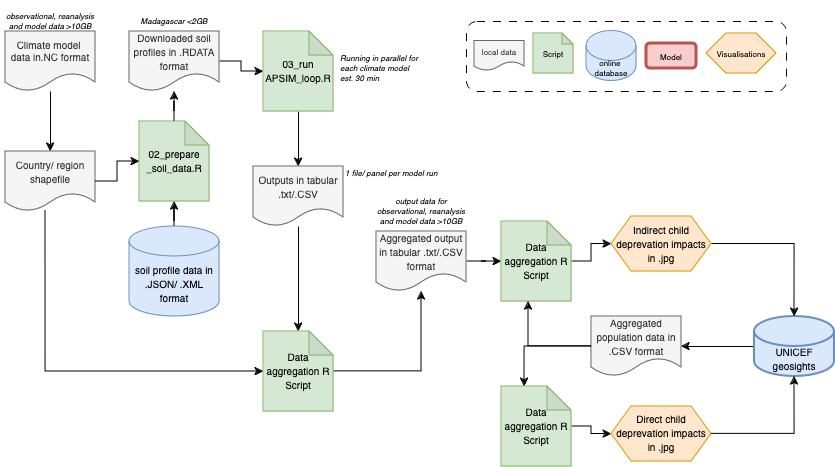
Thalheimerl/WT_Climate_mentalhealth keeps this draw.io diagram as Data_plan_CCAI24.drawio.png. Above is the earlier version. Source tidied: cells renumbered, new cells last; positions are measured from the earlier drawing's top-left corner, leaving out a move shared by most shapes.
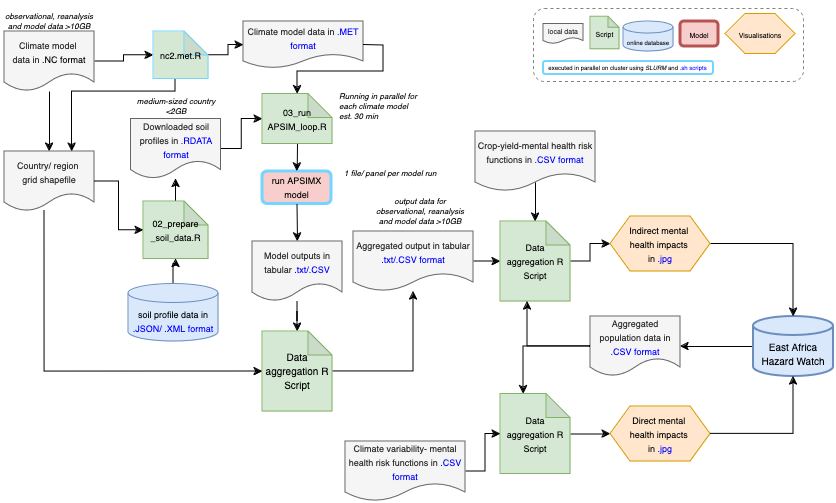
The same diagram one commit later.

Diff of the diagram source:
```diff
@@ -7,18 +7,21 @@
     </mxCell>
+    <mxCell id="45" style="edgeStyle=orthogonalEdgeStyle;rounded=0;jettySize=auto;html=1;" parent="1" edge="1" source="3" target="61">
+      <mxGeometry relative="1" as="geometry" />
+    </mxCell>
-    <mxCell id="3" value="&lt;div style=&quot;font-size: 10px;&quot;&gt;&lt;font style=&quot;font-size: 10px;&quot;&gt;Climate model&amp;nbsp;&lt;/font&gt;&lt;/div&gt;&lt;div style=&quot;font-size: 10px;&quot;&gt;&lt;font style=&quot;font-size: 10px;&quot;&gt;&lt;font style=&quot;font-size: 10px;&quot;&gt;data in.NC format&lt;/font&gt;&lt;font style=&quot;font-size: 10px;&quot;&gt;&lt;br&gt;&lt;/font&gt;&lt;/font&gt;&lt;/div&gt;" style="shape=document;whiteSpace=wrap;html=1;boundedLbl=1;fillColor=#f5f5f5;fontColor=#333333;strokeColor=#666666;" parent="1" vertex="1">
+    <mxCell id="3" value="&lt;div&gt;&lt;font style=&quot;font-size: 9px;&quot;&gt;Climate model&amp;nbsp;&lt;/font&gt;&lt;/div&gt;&lt;div&gt;&lt;font style=&quot;font-size: 9px;&quot;&gt;&lt;font&gt;data in &lt;span style=&quot;color: light-dark(rgb(0, 0, 255), rgb(237, 237, 237));&quot;&gt;&lt;span style=&quot;color: rgb(0, 0, 255);&quot;&gt;&lt;span style=&quot;color: light-dark(rgb(0, 0, 0), rgb(237, 237, 237));&quot;&gt;.NC format&lt;/span&gt;&lt;/span&gt;&lt;/span&gt;&lt;/font&gt;&lt;font style=&quot;color: rgba(0, 0, 0, 0);&quot;&gt;&lt;br&gt;&lt;/font&gt;&lt;/font&gt;&lt;/div&gt;" style="shape=document;whiteSpace=wrap;html=1;boundedLbl=1;fillColor=#f5f5f5;fontColor=#333333;strokeColor=#666666;" parent="1" vertex="1">
       <mxGeometry x="5" y="20" width="90" height="60" as="geometry" />
     </mxCell>
-    <mxCell id="4" value="&lt;div style=&quot;font-size: 8px;&quot;&gt;&lt;font style=&quot;font-size: 8px;&quot;&gt;online&amp;nbsp;&lt;/font&gt;&lt;/div&gt;&lt;div style=&quot;font-size: 8px;&quot;&gt;&lt;font style=&quot;font-size: 8px;&quot;&gt;database&lt;/font&gt;&lt;/div&gt;" style="shape=cylinder3;whiteSpace=wrap;html=1;boundedLbl=1;backgroundOutline=1;size=15;fillColor=#dae8fc;strokeColor=#6c8ebf;" parent="1" vertex="1">
-      <mxGeometry x="586" y="19.5" width="50" height="50" as="geometry" />
+    <mxCell id="4" value="&lt;div&gt;&lt;font style=&quot;font-size: 6px;&quot;&gt;online database&lt;/font&gt;&lt;/div&gt;" style="shape=cylinder3;whiteSpace=wrap;html=1;boundedLbl=1;backgroundOutline=1;size=6.051724137931103;fillColor=#dae8fc;strokeColor=#6c8ebf;" parent="1" vertex="1">
+      <mxGeometry x="624" y="10" width="50" height="30" as="geometry" />
     </mxCell>
-    <mxCell id="5" value="&lt;font style=&quot;font-size: 8px;&quot;&gt;Visualisations&lt;/font&gt;" style="shape=hexagon;perimeter=hexagonPerimeter2;whiteSpace=wrap;html=1;fixedSize=1;fillColor=#ffe6cc;strokeColor=#d79b00;" parent="1" vertex="1">
-      <mxGeometry x="706" y="22" width="70" height="40" as="geometry" />
+    <mxCell id="5" value="&lt;font style=&quot;font-size: 7px;&quot;&gt;Visualisations&lt;/font&gt;" style="shape=hexagon;perimeter=hexagonPerimeter2;whiteSpace=wrap;html=1;fixedSize=1;fillColor=#ffe6cc;strokeColor=#d79b00;" parent="1" vertex="1">
+      <mxGeometry x="726" y="2.5" width="70" height="40" as="geometry" />
     </mxCell>
-    <mxCell id="6" value="&lt;font style=&quot;font-size: 8px;&quot;&gt;local data&lt;/font&gt;" style="shape=document;whiteSpace=wrap;html=1;boundedLbl=1;fillColor=#f5f5f5;fontColor=#333333;strokeColor=#666666;" parent="1" vertex="1">
-      <mxGeometry x="474" y="29.5" width="50" height="30" as="geometry" />
+    <mxCell id="6" value="&lt;font style=&quot;font-size: 7px;&quot;&gt;local data&lt;/font&gt;" style="shape=document;whiteSpace=wrap;html=1;boundedLbl=1;fillColor=#f5f5f5;fontColor=#333333;strokeColor=#666666;" parent="1" vertex="1">
+      <mxGeometry x="544" y="12.5" width="40" height="20" as="geometry" />
     </mxCell>
-    <mxCell id="7" value="&lt;font style=&quot;font-size: 8px;&quot;&gt;Script&lt;/font&gt;" style="shape=note;whiteSpace=wrap;html=1;backgroundOutline=1;darkOpacity=0.05;size=11;fillColor=#d5e8d4;strokeColor=#82b366;" parent="1" vertex="1">
-      <mxGeometry x="533" y="22" width="40" height="40" as="geometry" />
+    <mxCell id="7" value="&lt;font style=&quot;font-size: 7px;&quot;&gt;Script&lt;/font&gt;" style="shape=note;whiteSpace=wrap;html=1;backgroundOutline=1;darkOpacity=0.05;size=11;fillColor=#d5e8d4;strokeColor=#82b366;" parent="1" vertex="1">
+      <mxGeometry x="591" y="5.2" width="29" height="32.5" as="geometry" />
     </mxCell>
-    <mxCell id="8" value="&lt;font style=&quot;font-size: 10px;&quot;&gt;Country/ region shapefile&lt;/font&gt;" style="shape=document;whiteSpace=wrap;html=1;boundedLbl=1;fillColor=#f5f5f5;fontColor=#333333;strokeColor=#666666;" parent="1" vertex="1">
+    <mxCell id="8" value="&lt;div&gt;&lt;font style=&quot;font-size: 9px;&quot;&gt;Country/ region&amp;nbsp;&lt;/font&gt;&lt;/div&gt;&lt;div&gt;&lt;font style=&quot;font-size: 9px;&quot;&gt;grid shapefile&lt;/font&gt;&lt;/div&gt;" style="shape=document;whiteSpace=wrap;html=1;boundedLbl=1;fillColor=#f5f5f5;fontColor=#333333;strokeColor=#666666;" parent="1" vertex="1">
       <mxGeometry x="5" y="140" width="90" height="60" as="geometry" />
@@ -28,4 +31,4 @@
     </mxCell>
-    <mxCell id="10" value="&lt;font style=&quot;font-size: 10px;&quot;&gt;Downloaded soil profiles in .RDATA format&lt;/font&gt;" style="shape=document;whiteSpace=wrap;html=1;boundedLbl=1;fillColor=#f5f5f5;fontColor=#333333;strokeColor=#666666;" parent="1" vertex="1">
-      <mxGeometry x="129" y="20" width="90" height="60" as="geometry" />
+    <mxCell id="10" value="&lt;font style=&quot;font-size: 9px;&quot;&gt;Downloaded soil profiles in &lt;span style=&quot;color: rgb(0, 0, 255);&quot;&gt;.RDATA format&lt;/span&gt;&lt;/font&gt;" style="shape=document;whiteSpace=wrap;html=1;boundedLbl=1;fillColor=#f5f5f5;fontColor=#333333;strokeColor=#666666;" parent="1" vertex="1">
+      <mxGeometry x="131.5" y="107.5" width="90" height="60" as="geometry" />
     </mxCell>
@@ -34,4 +37,4 @@
     </mxCell>
-    <mxCell id="12" value="&lt;font style=&quot;font-size: 10px;&quot;&gt;soil profile data in .JSON/ .XML format&lt;/font&gt;" style="shape=cylinder3;whiteSpace=wrap;html=1;boundedLbl=1;backgroundOutline=1;size=15;fillColor=#dae8fc;strokeColor=#6c8ebf;" parent="1" vertex="1">
-      <mxGeometry x="129" y="215" width="90" height="90" as="geometry" />
+    <mxCell id="12" value="&lt;font style=&quot;font-size: 9px;&quot;&gt;soil profile data in &lt;span style=&quot;color: rgb(0, 0, 255);&quot;&gt;.JSON/ .XML format&lt;/span&gt;&lt;/font&gt;" style="shape=cylinder3;whiteSpace=wrap;html=1;boundedLbl=1;backgroundOutline=1;size=9.500000000000057;fillColor=#dae8fc;strokeColor=#6c8ebf;" parent="1" vertex="1">
+      <mxGeometry x="129" y="272.5" width="90" height="57.5" as="geometry" />
     </mxCell>
@@ -40,10 +43,7 @@
     </mxCell>
-    <mxCell id="14" value="&lt;font style=&quot;font-size: 10px;&quot;&gt;02_&lt;/font&gt;&lt;font style=&quot;font-size: 10px;&quot;&gt;prepare _soil_data.R&lt;br&gt;&lt;/font&gt;" style="shape=note;whiteSpace=wrap;html=1;backgroundOutline=1;darkOpacity=0.05;size=24;fillColor=#d5e8d4;strokeColor=#82b366;" parent="1" vertex="1">
-      <mxGeometry x="139" y="110" width="70" height="80" as="geometry" />
+    <mxCell id="14" value="&lt;font style=&quot;font-size: 9px;&quot;&gt;02_&lt;font&gt;prepare _soil_data.R&lt;br&gt;&lt;/font&gt;&lt;/font&gt;" style="shape=note;whiteSpace=wrap;html=1;backgroundOutline=1;darkOpacity=0.05;size=24;fillColor=#d5e8d4;strokeColor=#82b366;" parent="1" vertex="1">
+      <mxGeometry x="144" y="190" width="65" height="57.5" as="geometry" />
     </mxCell>
-    <mxCell id="15" style="edgeStyle=orthogonalEdgeStyle;rounded=0;jettySize=auto;html=1;" parent="1" edge="1" source="16" target="20">
-      <mxGeometry relative="1" as="geometry" />
-    </mxCell>
-    <mxCell id="16" value="&lt;font style=&quot;font-size: 10px;&quot;&gt;03_&lt;/font&gt;&lt;font style=&quot;font-size: 10px;&quot;&gt;run APSIM_loop.R&lt;br&gt;&lt;/font&gt;" style="shape=note;whiteSpace=wrap;html=1;backgroundOutline=1;darkOpacity=0.05;size=24;fillColor=#d5e8d4;strokeColor=#82b366;" parent="1" vertex="1">
-      <mxGeometry x="263" y="20" width="70" height="80" as="geometry" />
+    <mxCell id="16" value="&lt;font style=&quot;font-size: 9px;&quot;&gt;03_&lt;font&gt;run APSIM_loop.R&lt;br&gt;&lt;/font&gt;&lt;/font&gt;" style="shape=note;whiteSpace=wrap;html=1;backgroundOutline=1;darkOpacity=0.05;size=24;fillColor=#d5e8d4;strokeColor=#82b366;" parent="1" vertex="1">
+      <mxGeometry x="263" y="82.5" width="70" height="50" as="geometry" />
     </mxCell>
@@ -52,4 +52,4 @@
     </mxCell>
-    <mxCell id="18" value="&lt;font style=&quot;font-size: 8px;&quot;&gt;Model&lt;/font&gt;" style="rounded=1;whiteSpace=wrap;html=1;fillColor=#f8cecc;strokeColor=#b85450;strokeWidth=3;" parent="1" vertex="1">
-      <mxGeometry x="646" y="32" width="50" height="25" as="geometry" />
+    <mxCell id="18" value="&lt;font style=&quot;font-size: 7px;&quot;&gt;Model&lt;/font&gt;" style="rounded=1;whiteSpace=wrap;html=1;fillColor=#f8cecc;strokeColor=#b85450;strokeWidth=3;" parent="1" vertex="1">
+      <mxGeometry x="681" y="10" width="38" height="25" as="geometry" />
     </mxCell>
@@ -58,4 +58,4 @@
     </mxCell>
-    <mxCell id="20" value="&lt;font style=&quot;font-size: 10px;&quot;&gt;Outputs in tabular .txt/.CSV&lt;br&gt;&lt;/font&gt;" style="shape=document;whiteSpace=wrap;html=1;boundedLbl=1;fillColor=#f5f5f5;fontColor=#333333;strokeColor=#666666;" parent="1" vertex="1">
-      <mxGeometry x="253" y="155" width="90" height="60" as="geometry" />
+    <mxCell id="20" value="&lt;font style=&quot;font-size: 9px;&quot;&gt;Model outputs in tabular &lt;span style=&quot;color: rgb(0, 0, 255);&quot;&gt;.txt/.CSV&lt;br&gt;&lt;/span&gt;&lt;/font&gt;" style="shape=document;whiteSpace=wrap;html=1;boundedLbl=1;fillColor=#f5f5f5;fontColor=#333333;strokeColor=#666666;" parent="1" vertex="1">
+      <mxGeometry x="253" y="230" width="90" height="60" as="geometry" />
     </mxCell>
@@ -70,3 +70,3 @@
     </mxCell>
-    <mxCell id="24" value="&lt;font style=&quot;font-size: 10px;&quot;&gt;UNICEF geosights&lt;br&gt;&lt;/font&gt;" style="shape=cylinder3;whiteSpace=wrap;html=1;boundedLbl=1;backgroundOutline=1;size=15;fillColor=#dae8fc;strokeColor=#6c8ebf;strokeWidth=2;" parent="1" vertex="1">
+    <mxCell id="24" value="&lt;font style=&quot;font-size: 10px;&quot;&gt;East Africa Hazard Watch&lt;br&gt;&lt;/font&gt;" style="shape=cylinder3;whiteSpace=wrap;html=1;boundedLbl=1;backgroundOutline=1;size=9.517241379310292;fillColor=#dae8fc;strokeColor=#6c8ebf;strokeWidth=2;" parent="1" vertex="1">
       <mxGeometry x="754" y="305" width="80" height="60" as="geometry" />
@@ -77,6 +77,11 @@
     <mxCell id="26" style="edgeStyle=orthogonalEdgeStyle;rounded=0;jettySize=auto;html=1;" parent="1" edge="1" source="27" target="29">
-      <mxGeometry relative="1" as="geometry" />
+      <mxGeometry relative="1" as="geometry">
+        <Array as="points">
+          <mxPoint x="484" y="250" />
+          <mxPoint x="484" y="250" />
+        </Array>
+      </mxGeometry>
     </mxCell>
-    <mxCell id="27" value="&lt;font style=&quot;font-size: 10px;&quot;&gt;Aggregated output in tabular .txt/.CSV format&lt;br&gt;&lt;/font&gt;" style="shape=document;whiteSpace=wrap;html=1;boundedLbl=1;fillColor=#f5f5f5;fontColor=#333333;strokeColor=#666666;" parent="1" vertex="1">
-      <mxGeometry x="376" y="220" width="90" height="60" as="geometry" />
+    <mxCell id="27" value="&lt;font style=&quot;font-size: 9px;&quot;&gt;Aggregated output in tabular &lt;span style=&quot;color: rgb(0, 0, 255);&quot;&gt;.txt/.CSV format&lt;br&gt;&lt;/span&gt;&lt;/font&gt;" style="shape=document;whiteSpace=wrap;html=1;boundedLbl=1;fillColor=#f5f5f5;fontColor=#333333;strokeColor=#666666;" parent="1" vertex="1">
+      <mxGeometry x="354" y="220" width="120" height="60" as="geometry" />
     </mxCell>
@@ -85,6 +90,6 @@
     </mxCell>
-    <mxCell id="29" value="&lt;font style=&quot;font-size: 10px;&quot;&gt;Data aggregation R Script&lt;/font&gt;&lt;font style=&quot;font-size: 10px;&quot;&gt;&lt;br&gt;&lt;/font&gt;" style="shape=note;whiteSpace=wrap;html=1;backgroundOutline=1;darkOpacity=0.05;size=24;fillColor=#d5e8d4;strokeColor=#82b366;" parent="1" vertex="1">
+    <mxCell id="29" value="&lt;font style=&quot;font-size: 9px;&quot;&gt;Data aggregation R Script&lt;font&gt;&lt;br&gt;&lt;/font&gt;&lt;/font&gt;" style="shape=note;whiteSpace=wrap;html=1;backgroundOutline=1;darkOpacity=0.05;size=24;fillColor=#d5e8d4;strokeColor=#82b366;" parent="1" vertex="1">
       <mxGeometry x="501" y="210" width="70" height="80" as="geometry" />
     </mxCell>
-    <mxCell id="30" value="&lt;font style=&quot;font-size: 10px;&quot;&gt;Aggregated population data in .CSV format&lt;br&gt;&lt;/font&gt;" style="shape=document;whiteSpace=wrap;html=1;boundedLbl=1;fillColor=#f5f5f5;fontColor=#333333;strokeColor=#666666;" parent="1" vertex="1">
+    <mxCell id="30" value="&lt;font style=&quot;font-size: 9px;&quot;&gt;Aggregated population data in &lt;span style=&quot;color: rgb(0, 0, 255);&quot;&gt;.CSV format&lt;br&gt;&lt;/span&gt;&lt;/font&gt;" style="shape=document;whiteSpace=wrap;html=1;boundedLbl=1;fillColor=#f5f5f5;fontColor=#333333;strokeColor=#666666;" parent="1" vertex="1">
       <mxGeometry x="591" y="305" width="90" height="60" as="geometry" />
@@ -94,4 +99,4 @@
     </mxCell>
-    <mxCell id="32" value="&lt;font style=&quot;font-size: 10px;&quot;&gt;Data aggregation R Script&lt;/font&gt;&lt;font style=&quot;font-size: 10px;&quot;&gt;&lt;br&gt;&lt;/font&gt;" style="shape=note;whiteSpace=wrap;html=1;backgroundOutline=1;darkOpacity=0.05;size=24;fillColor=#d5e8d4;strokeColor=#82b366;" parent="1" vertex="1">
-      <mxGeometry x="501" y="375" width="70" height="80" as="geometry" />
+    <mxCell id="32" value="&lt;font style=&quot;font-size: 9px;&quot;&gt;Data aggregation R Script&lt;font&gt;&lt;br&gt;&lt;/font&gt;&lt;/font&gt;" style="shape=note;whiteSpace=wrap;html=1;backgroundOutline=1;darkOpacity=0.05;size=24;fillColor=#d5e8d4;strokeColor=#82b366;" parent="1" vertex="1">
+      <mxGeometry x="501" y="382.5" width="70" height="80" as="geometry" />
     </mxCell>
@@ -106,6 +111,6 @@
     </mxCell>
-    <mxCell id="36" value="&lt;font style=&quot;font-size: 10px;&quot;&gt;Indirect child deprevation impacts in .jpg&lt;br&gt;&lt;/font&gt;" style="shape=hexagon;perimeter=hexagonPerimeter2;whiteSpace=wrap;html=1;fixedSize=1;fillColor=#ffe6cc;strokeColor=#d79b00;" parent="1" vertex="1">
+    <mxCell id="36" value="&lt;div&gt;&lt;font style=&quot;font-size: 9px;&quot;&gt;Indirect mental&amp;nbsp;&lt;/font&gt;&lt;/div&gt;&lt;div&gt;&lt;font style=&quot;font-size: 9px;&quot;&gt;health impacts&amp;nbsp;&lt;/font&gt;&lt;/div&gt;&lt;div&gt;&lt;font style=&quot;font-size: 9px;&quot;&gt;in &lt;span style=&quot;color: rgb(0, 0, 255);&quot;&gt;.jpg&lt;/span&gt;&lt;/font&gt;&lt;/div&gt;" style="shape=hexagon;perimeter=hexagonPerimeter2;whiteSpace=wrap;html=1;fixedSize=1;fillColor=#ffe6cc;strokeColor=#d79b00;" parent="1" vertex="1">
       <mxGeometry x="611" y="205" width="100" height="55" as="geometry" />
     </mxCell>
-    <mxCell id="37" value="&lt;font style=&quot;font-size: 10px;&quot;&gt;Direct child deprevation impacts in .jpg&lt;br&gt;&lt;/font&gt;" style="shape=hexagon;perimeter=hexagonPerimeter2;whiteSpace=wrap;html=1;fixedSize=1;fillColor=#ffe6cc;strokeColor=#d79b00;" parent="1" vertex="1">
+    <mxCell id="37" value="&lt;div&gt;&lt;font style=&quot;font-size: 9px;&quot;&gt;Direct mental&amp;nbsp;&lt;/font&gt;&lt;/div&gt;&lt;div&gt;&lt;font style=&quot;font-size: 9px;&quot;&gt;health impacts&amp;nbsp;&lt;/font&gt;&lt;/div&gt;&lt;div&gt;&lt;font style=&quot;font-size: 9px;&quot;&gt;in &lt;span style=&quot;color: rgb(0, 0, 255);&quot;&gt;.jpg&lt;/span&gt;&lt;/font&gt;&lt;/div&gt;" style="shape=hexagon;perimeter=hexagonPerimeter2;whiteSpace=wrap;html=1;fixedSize=1;fillColor=#ffe6cc;strokeColor=#d79b00;" parent="1" vertex="1">
       <mxGeometry x="611" y="395" width="100" height="55" as="geometry" />
@@ -115,5 +120,2 @@
     </mxCell>
-    <mxCell id="39" style="rounded=1;whiteSpace=wrap;html=1;fillColor=none;dashed=1;dashPattern=8 8;align=left;" parent="1" vertex="1">
-      <mxGeometry x="466" y="10" width="320" height="70" as="geometry" />
-    </mxCell>
     <mxCell id="40" value="&lt;p style=&quot;margin-top: 12px; margin-bottom: 12px; font-size: 8px;&quot;&gt;&lt;i&gt;&lt;font style=&quot;font-size: 8px;&quot;&gt;observational, reanalysis and model data &amp;gt;10GB&lt;br&gt;&lt;/font&gt;&lt;/i&gt;&lt;/p&gt;" style="rounded=0;whiteSpace=wrap;html=1;fillColor=none;align=center;strokeWidth=1;strokeColor=none;" parent="1" vertex="1">
@@ -124,7 +126,12 @@
     </mxCell>
+    <mxCell id="46" style="edgeStyle=orthogonalEdgeStyle;rounded=0;jettySize=auto;html=1;exitX=0.5;exitY=0;exitDx=0;exitDy=0;" parent="1" edge="1" source="42">
+      <mxGeometry relative="1" as="geometry">
+        <mxPoint x="176.8" y="84.9" as="targetPoint" />
+      </mxGeometry>
+    </mxCell>
-    <mxCell id="42" value="&lt;p style=&quot;margin-top: 12px; margin-bottom: 12px; font-size: 8px;&quot;&gt;&lt;i&gt;&lt;font style=&quot;font-size: 8px;&quot;&gt;Madagascar &amp;lt;2GB&lt;br&gt;&lt;/font&gt;&lt;/i&gt;&lt;/p&gt;" style="rounded=0;whiteSpace=wrap;html=1;fillColor=none;align=center;strokeColor=none;" parent="1" vertex="1">
-      <mxGeometry x="124" y="-0.5" width="100" height="20" as="geometry" />
+    <mxCell id="42" value="&lt;p style=&quot;margin-top: 12px; margin-bottom: 12px; font-size: 8px;&quot;&gt;&lt;i&gt;&lt;font style=&quot;font-size: 8px;&quot;&gt;medium-sized country &amp;lt;2GB&lt;br&gt;&lt;/font&gt;&lt;/i&gt;&lt;/p&gt;" style="rounded=0;whiteSpace=wrap;html=1;fillColor=none;align=center;strokeColor=none;" parent="1" vertex="1">
+      <mxGeometry x="126.5" y="85" width="100" height="20" as="geometry" />
     </mxCell>
     <mxCell id="43" value="&lt;div style=&quot;font-size: 8px;&quot;&gt;&lt;font style=&quot;font-size: 8px;&quot;&gt;&lt;i&gt;&lt;font style=&quot;font-size: 8px;&quot;&gt;Running in parallel for each climate model&lt;/font&gt;&lt;/i&gt;&lt;/font&gt;&lt;/div&gt;&lt;div style=&quot;font-size: 8px;&quot;&gt;&lt;font style=&quot;font-size: 8px;&quot;&gt;&lt;i&gt;&lt;font style=&quot;font-size: 8px;&quot;&gt;est. 30 min&lt;br&gt;&lt;/font&gt;&lt;/i&gt;&lt;/font&gt;&lt;/div&gt;" style="rounded=0;whiteSpace=wrap;html=1;fillColor=none;align=left;strokeColor=none;" parent="1" vertex="1">
-      <mxGeometry x="338" y="44.5" width="81" height="25" as="geometry" />
+      <mxGeometry x="338" y="82.5" width="81" height="25" as="geometry" />
     </mxCell>
@@ -133,2 +140,63 @@
     </mxCell>
+    <mxCell id="47" style="edgeStyle=orthogonalEdgeStyle;rounded=0;jettySize=auto;html=1;" parent="1" edge="1" source="48" target="32">
+      <mxGeometry relative="1" as="geometry" />
+    </mxCell>
+    <mxCell id="48" value="&lt;font style=&quot;font-size: 9px;&quot;&gt;Climate variability- mental health risk functions in &lt;span style=&quot;color: rgb(0, 0, 255);&quot;&gt;.CSV format&lt;/span&gt;&lt;font&gt;&lt;span style=&quot;color: rgb(0, 0, 255);&quot;&gt;&lt;br&gt;&lt;/span&gt;&lt;/font&gt;&lt;/font&gt;" style="shape=document;whiteSpace=wrap;html=1;boundedLbl=1;fillColor=#f5f5f5;fontColor=#333333;strokeColor=#666666;" parent="1" vertex="1">
+      <mxGeometry x="346" y="430" width="120" height="60" as="geometry" />
+    </mxCell>
+    <mxCell id="49" value="&lt;font style=&quot;font-size: 9px;&quot;&gt;Crop-yield-mental health risk functions in &lt;span style=&quot;color: rgb(0, 0, 255);&quot;&gt;.CSV format&lt;/span&gt;&lt;/font&gt;" style="shape=document;whiteSpace=wrap;html=1;boundedLbl=1;fillColor=#f5f5f5;fontColor=#333333;strokeColor=#666666;" parent="1" vertex="1">
+      <mxGeometry x="476" y="120" width="120" height="60" as="geometry" />
+    </mxCell>
+    <mxCell id="50" style="endArrow=classic;html=1;rounded=0;" parent="1" edge="1" target="29">
+      <mxGeometry relative="1" as="geometry">
+        <mxPoint x="536" y="171" as="sourcePoint" />
+      </mxGeometry>
+    </mxCell>
+    <mxCell id="51" value="&lt;font style=&quot;font-size: 9px;&quot;&gt;Climate model data in &lt;span style=&quot;color: rgb(0, 0, 255);&quot;&gt;.MET format&lt;br&gt;&lt;/span&gt;&lt;/font&gt;" style="shape=document;whiteSpace=wrap;html=1;boundedLbl=1;fillColor=#f5f5f5;fontColor=#333333;strokeColor=#666666;" parent="1" vertex="1">
+      <mxGeometry x="244" y="10" width="120" height="47" as="geometry" />
+    </mxCell>
+    <mxCell id="52" style="endArrow=classic;html=1;rounded=0;entryX=0.5;entryY=0;entryDx=0;entryDy=0;entryPerimeter=0;exitX=1;exitY=0.5;exitDx=0;exitDy=0;" parent="1" edge="1" source="51" target="16">
+      <mxGeometry relative="1" as="geometry">
+        <Array as="points">
+          <mxPoint x="384" y="34" />
+          <mxPoint x="384" y="60" />
+          <mxPoint x="298" y="60" />
+        </Array>
+      </mxGeometry>
+    </mxCell>
+    <mxCell id="53" value="&lt;font style=&quot;font-size: 9px;&quot;&gt;run APSIMX model&lt;br&gt;&lt;/font&gt;" style="rounded=1;whiteSpace=wrap;html=1;fillColor=#f8cecc;strokeColor=light-dark(#75D5FF,#008F00);strokeWidth=3;" parent="1" vertex="1">
+      <mxGeometry x="263" y="160" width="69" height="32.5" as="geometry" />
+    </mxCell>
+    <mxCell id="54" style="endArrow=classic;html=1;rounded=0;exitX=0.5;exitY=1;exitDx=0;exitDy=0;entryX=0.5;entryY=0;entryDx=0;entryDy=0;" parent="1" edge="1" source="53" target="20">
+      <mxGeometry relative="1" as="geometry" />
+    </mxCell>
+    <mxCell id="55" style="endArrow=classic;html=1;rounded=0;exitX=0.5;exitY=1;exitDx=0;exitDy=0;exitPerimeter=0;" parent="1" edge="1" source="16" target="53">
+      <mxGeometry relative="1" as="geometry" />
+    </mxCell>
+    <mxCell id="56" value="&lt;font style=&quot;font-size: 6px;&quot;&gt;executed in parallel on cluster using &lt;i&gt;SLURM&lt;/i&gt; and &lt;font style=&quot;color: rgb(0, 0, 255);&quot;&gt;.sh scripts&lt;br&gt;&lt;/font&gt;&lt;/font&gt;" style="text;html=1;align=center;verticalAlign=middle;whiteSpace=wrap;rounded=0;" parent="1" vertex="1">
+      <mxGeometry x="544" y="40" width="169" height="30" as="geometry" />
+    </mxCell>
+    <mxCell id="57" style="rounded=1;whiteSpace=wrap;html=1;strokeWidth=2;strokeColor=light-dark(#75D5FF,#008F00);fillColor=none;" parent="1" vertex="1">
+      <mxGeometry x="544" y="50" width="170" height="13" as="geometry" />
+    </mxCell>
+    <mxCell id="58" style="edgeStyle=orthogonalEdgeStyle;rounded=0;orthogonalLoop=1;jettySize=auto;html=1;exitX=0.5;exitY=1;exitDx=0;exitDy=0;" parent="1" edge="1" source="57" target="57">
+      <mxGeometry relative="1" as="geometry" />
+    </mxCell>
+    <mxCell id="59" style="edgeStyle=orthogonalEdgeStyle;rounded=0;jettySize=auto;html=1;" parent="1" edge="1" source="61" target="51">
+      <mxGeometry relative="1" as="geometry" />
+    </mxCell>
+    <mxCell id="60" style="edgeStyle=orthogonalEdgeStyle;rounded=0;jettySize=auto;html=1;entryX=0.75;entryY=0;entryDx=0;entryDy=0;exitX=0.5;exitY=1;exitDx=0;exitDy=0;exitPerimeter=0;" parent="1" edge="1" source="61" target="8">
+      <mxGeometry relative="1" as="geometry">
+        <Array as="points">
+          <mxPoint x="176" y="80" />
+          <mxPoint x="72" y="80" />
+        </Array>
+      </mxGeometry>
+    </mxCell>
+    <mxCell id="61" value="&lt;font style=&quot;font-size: 9px;&quot;&gt;nc2.met.R&lt;/font&gt;" style="shape=note;whiteSpace=wrap;html=1;backgroundOutline=1;darkOpacity=0.05;size=24;fillColor=#d5e8d4;strokeColor=#75D5FF;" parent="1" vertex="1">
+      <mxGeometry x="154" y="20" width="55" height="47.5" as="geometry" />
+    </mxCell>
+    <mxCell id="62" style="rounded=1;whiteSpace=wrap;html=1;fillColor=none;dashed=1;strokeColor=#808080;" parent="1" vertex="1">
+      <mxGeometry x="534" y="-3" width="270" height="73" as="geometry" />
+    </mxCell>
   </root>
```
